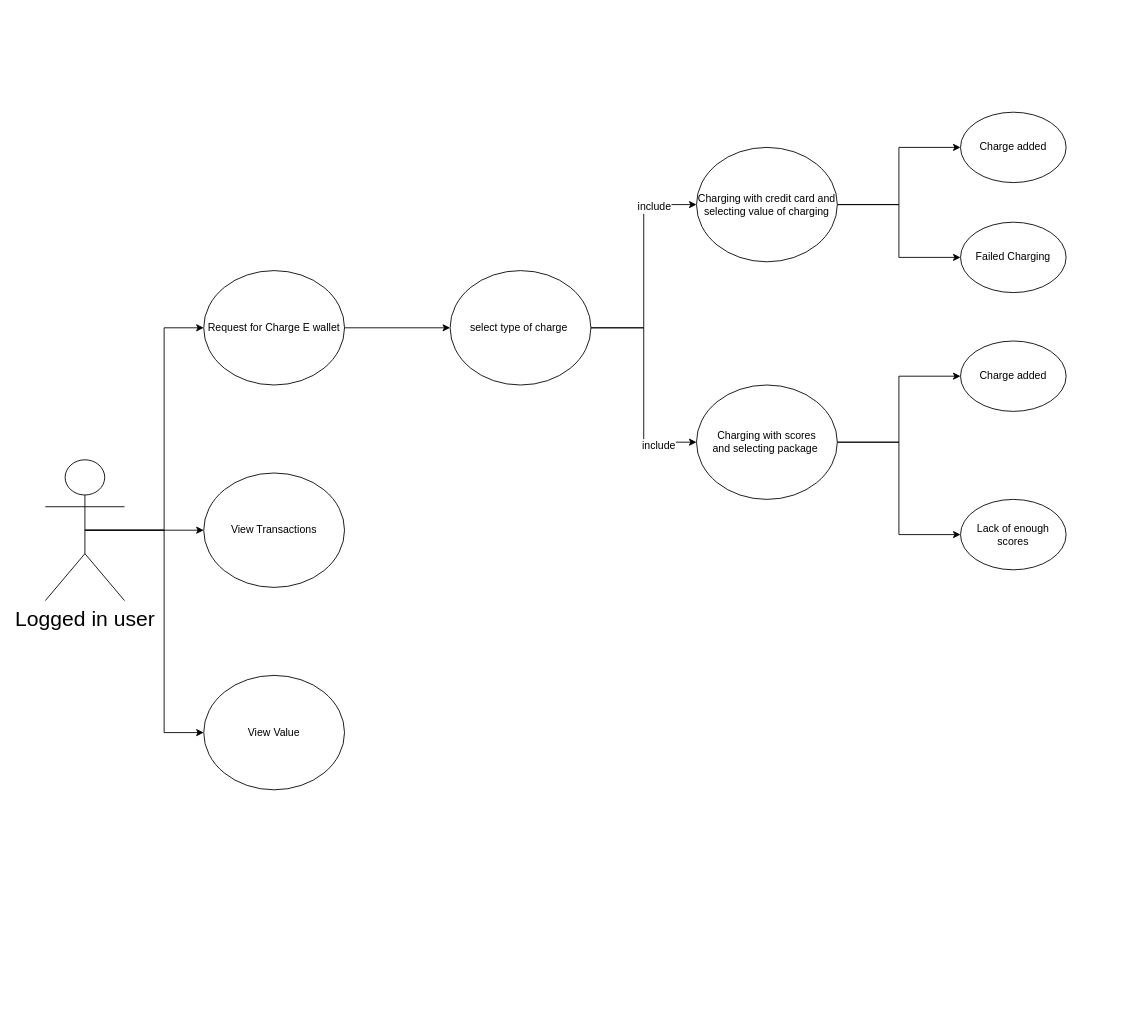
The draw.io diagram Use-case/Ewallet.drawio in kargaranamir/Travelink, before the edit. Source tidied: cells renumbered, new cells numbered last; positions are measured from the earlier drawing's top-left corner, leaving out a move shared by most shapes. Both pictures are drawn from the tidied source at 88%, with x=0, y=0 at pixel (45, 112).
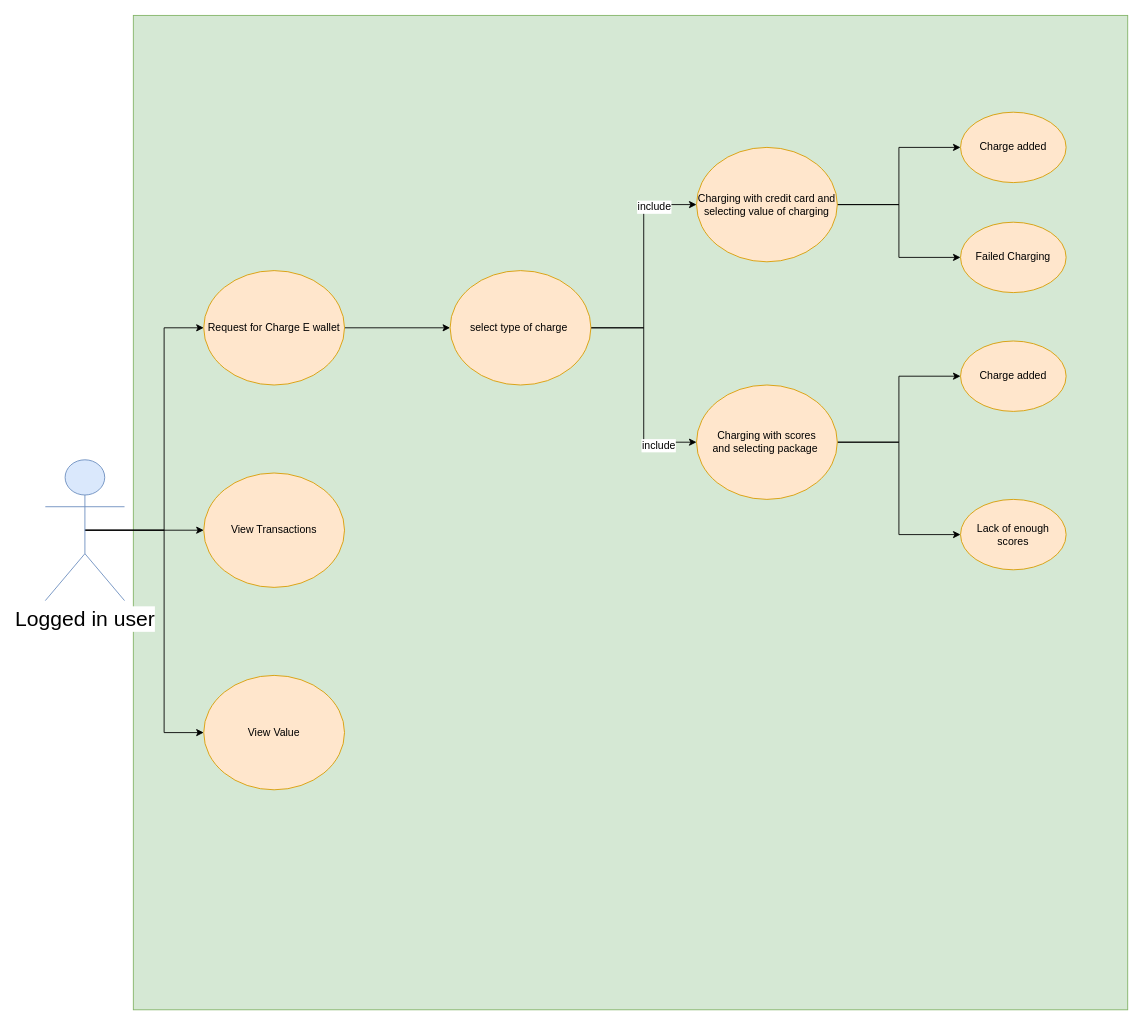
The same diagram, later.

Commit message:
colorized Ewallet

Unchanged cells that the change refers to:
```xml
<mxCell id="8" style="edgeStyle=orthogonalEdgeStyle;rounded=0;jettySize=auto;html=1;exitX=1;exitY=0.5;exitDx=0;exitDy=0;entryX=0;entryY=0.5;entryDx=0;entryDy=0;" parent="1" edge="1" source="12" target="15">
  <mxGeometry relative="1" as="geometry" />
</mxCell>
<mxCell id="10" style="edgeStyle=orthogonalEdgeStyle;rounded=0;jettySize=auto;html=1;exitX=1;exitY=0.5;exitDx=0;exitDy=0;entryX=0;entryY=0.5;entryDx=0;entryDy=0;" parent="1" edge="1" source="12" target="18">
  <mxGeometry relative="1" as="geometry" />
</mxCell>
```

Diff of the diagram source:
```diff
@@
+    <mxCell id="25" style="whiteSpace=wrap;html=1;fillColor=#d5e8d4;strokeColor=#82b366;" parent="1" vertex="1">
+      <mxGeometry x="100" y="-110" width="1130" height="1130" as="geometry" />
+    </mxCell>
@@
-    <mxCell id="5" value="Logged in user&lt;br style=&quot;font-size: 24px&quot;&gt;" style="shape=umlActor;verticalLabelPosition=bottom;labelBackgroundColor=#ffffff;verticalAlign=top;html=1;outlineConnect=0;fontSize=24;" parent="1" vertex="1">
+    <mxCell id="5" value="Logged in user&lt;br style=&quot;font-size: 24px&quot;&gt;" style="shape=umlActor;verticalLabelPosition=bottom;labelBackgroundColor=#ffffff;verticalAlign=top;html=1;outlineConnect=0;fontSize=24;fillColor=#dae8fc;strokeColor=#6c8ebf;" parent="1" vertex="1">
       <mxGeometry y="395" width="90" height="160" as="geometry" />
     </mxCell>
@@
-    <mxCell id="7" value="Request for Charge E wallet" style="ellipse;whiteSpace=wrap;html=1;" parent="1" vertex="1">
+    <mxCell id="7" value="Request for Charge E wallet" style="ellipse;whiteSpace=wrap;html=1;fillColor=#ffe6cc;strokeColor=#d79b00;" parent="1" vertex="1">
       <mxGeometry x="180" y="180" width="160" height="130" as="geometry" />
     </mxCell>
@@
-    <mxCell id="9" value="include" style="text;html=1;align=center;verticalAlign=middle;labelBackgroundColor=#ffffff;" parent="8" vertex="1">
-      <mxGeometry x="0.62" y="-2" relative="1" as="geometry" />
-    </mxCell>
+    <mxCell id="26" value="include" style="text;html=1;align=center;verticalAlign=middle;labelBackgroundColor=#ffffff;" parent="8" vertex="1">
+      <mxGeometry x="0.62" y="-2" relative="1" as="geometry" />
+    </mxCell>
@@
-    <mxCell id="11" value="include" style="text;html=1;align=center;verticalAlign=middle;labelBackgroundColor=#ffffff;" parent="10" vertex="1">
-      <mxGeometry x="0.65" y="-3" relative="1" as="geometry" />
-    </mxCell>
+    <mxCell id="27" value="include" style="text;html=1;align=center;verticalAlign=middle;labelBackgroundColor=#ffffff;" parent="10" vertex="1">
+      <mxGeometry x="0.65" y="-3" relative="1" as="geometry" />
+    </mxCell>
-    <mxCell id="12" value="select type of charge&amp;nbsp;" style="ellipse;whiteSpace=wrap;html=1;" parent="1" vertex="1">
+    <mxCell id="12" value="select type of charge&amp;nbsp;" style="ellipse;whiteSpace=wrap;html=1;fillColor=#ffe6cc;strokeColor=#d79b00;" parent="1" vertex="1">
       <mxGeometry x="460" y="180" width="160" height="130" as="geometry" />
     </mxCell>
-    <mxCell id="13" style="edgeStyle=orthogonalEdgeStyle;rounded=0;jettySize=auto;html=1;exitX=1;exitY=0.5;exitDx=0;exitDy=0;entryX=0;entryY=0.5;entryDx=0;entryDy=0;" parent="1" edge="1" source="15" target="21">
-      <mxGeometry relative="1" as="geometry" />
-    </mxCell>
+    <mxCell id="28" style="edgeStyle=orthogonalEdgeStyle;rounded=0;jettySize=auto;html=1;exitX=1;exitY=0.5;exitDx=0;exitDy=0;entryX=0;entryY=0.5;entryDx=0;entryDy=0;" parent="1" edge="1" source="15" target="30">
+      <mxGeometry relative="1" as="geometry" />
+    </mxCell>
@@
-    <mxCell id="15" value="Charging with credit card and selecting value of charging" style="ellipse;whiteSpace=wrap;html=1;" parent="1" vertex="1">
+    <mxCell id="15" value="Charging with credit card and selecting value of charging" style="ellipse;whiteSpace=wrap;html=1;fillColor=#ffe6cc;strokeColor=#d79b00;" parent="1" vertex="1">
       <mxGeometry x="740" y="40" width="160" height="130" as="geometry" />
     </mxCell>
-    <mxCell id="16" style="edgeStyle=orthogonalEdgeStyle;rounded=0;jettySize=auto;html=1;exitX=1;exitY=0.5;exitDx=0;exitDy=0;entryX=0;entryY=0.5;entryDx=0;entryDy=0;" parent="1" edge="1" source="18" target="22">
-      <mxGeometry relative="1" as="geometry" />
-    </mxCell>
+    <mxCell id="29" style="edgeStyle=orthogonalEdgeStyle;rounded=0;jettySize=auto;html=1;exitX=1;exitY=0.5;exitDx=0;exitDy=0;entryX=0;entryY=0.5;entryDx=0;entryDy=0;" parent="1" edge="1" source="18" target="31">
+      <mxGeometry relative="1" as="geometry" />
+    </mxCell>
@@
-    <mxCell id="18" value="Charging with scores&lt;br&gt;and selecting package&amp;nbsp;" style="ellipse;whiteSpace=wrap;html=1;" parent="1" vertex="1">
+    <mxCell id="18" value="Charging with scores&lt;br&gt;and selecting package&amp;nbsp;" style="ellipse;whiteSpace=wrap;html=1;fillColor=#ffe6cc;strokeColor=#d79b00;" parent="1" vertex="1">
       <mxGeometry x="740" y="310" width="160" height="130" as="geometry" />
     </mxCell>
-    <mxCell id="19" value="View Transactions" style="ellipse;whiteSpace=wrap;html=1;" parent="1" vertex="1">
+    <mxCell id="19" value="View Transactions" style="ellipse;whiteSpace=wrap;html=1;fillColor=#ffe6cc;strokeColor=#d79b00;" parent="1" vertex="1">
       <mxGeometry x="180" y="410" width="160" height="130" as="geometry" />
     </mxCell>
-    <mxCell id="20" value="&lt;div&gt;Lack of enough scores&lt;/div&gt;" style="ellipse;whiteSpace=wrap;html=1;" parent="1" vertex="1">
+    <mxCell id="20" value="&lt;div&gt;Lack of enough scores&lt;/div&gt;" style="ellipse;whiteSpace=wrap;html=1;fillColor=#ffe6cc;strokeColor=#d79b00;" parent="1" vertex="1">
       <mxGeometry x="1040" y="440" width="120" height="80" as="geometry" />
     </mxCell>
-    <mxCell id="21" value="Charge added" style="ellipse;whiteSpace=wrap;html=1;" parent="1" vertex="1">
-      <mxGeometry x="1040" width="120" height="80" as="geometry" />
-    </mxCell>
-    <mxCell id="22" value="Charge added" style="ellipse;whiteSpace=wrap;html=1;" parent="1" vertex="1">
-      <mxGeometry x="1040" y="260" width="120" height="80" as="geometry" />
-    </mxCell>
+    <mxCell id="30" value="Charge added" style="ellipse;whiteSpace=wrap;html=1;fillColor=#ffe6cc;strokeColor=#d79b00;" parent="1" vertex="1">
+      <mxGeometry x="1040" width="120" height="80" as="geometry" />
+    </mxCell>
+    <mxCell id="31" value="Charge added" style="ellipse;whiteSpace=wrap;html=1;fillColor=#ffe6cc;strokeColor=#d79b00;" parent="1" vertex="1">
+      <mxGeometry x="1040" y="260" width="120" height="80" as="geometry" />
+    </mxCell>
-    <mxCell id="23" value="Failed Charging" style="ellipse;whiteSpace=wrap;html=1;" parent="1" vertex="1">
+    <mxCell id="23" value="Failed Charging" style="ellipse;whiteSpace=wrap;html=1;fillColor=#ffe6cc;strokeColor=#d79b00;" parent="1" vertex="1">
       <mxGeometry x="1040" y="125" width="120" height="80" as="geometry" />
     </mxCell>
-    <mxCell id="24" value="View Value" style="ellipse;whiteSpace=wrap;html=1;" parent="1" vertex="1">
+    <mxCell id="24" value="View Value" style="ellipse;whiteSpace=wrap;html=1;fillColor=#ffe6cc;strokeColor=#d79b00;" parent="1" vertex="1">
       <mxGeometry x="180" y="640" width="160" height="130" as="geometry" />
     </mxCell>
```
